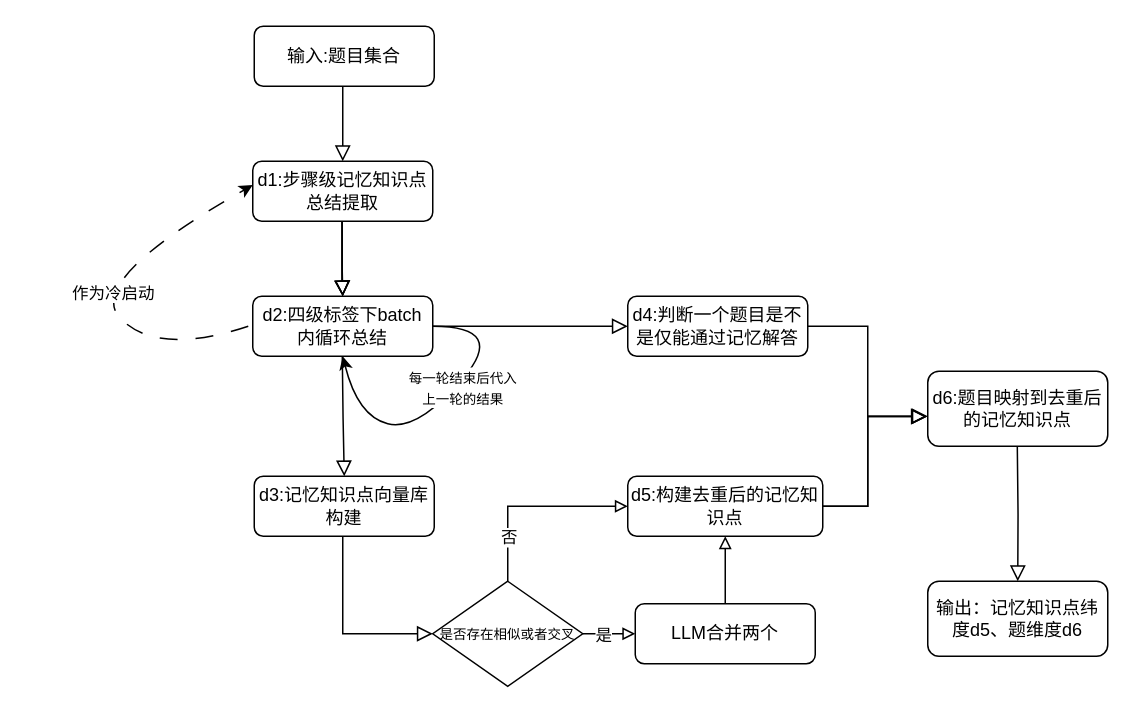
Above: 未命名绘图.drawio in urrethless/somework_graph-flow (draw.io), before the change. Source tidied: cells renumbered, new cells numbered last; positions are measured from the earlier drawing's top-left corner, leaving out a move shared by most shapes. Both pictures are drawn from the tidied source at 150%, with x=0, y=0 at pixel (82, 26).
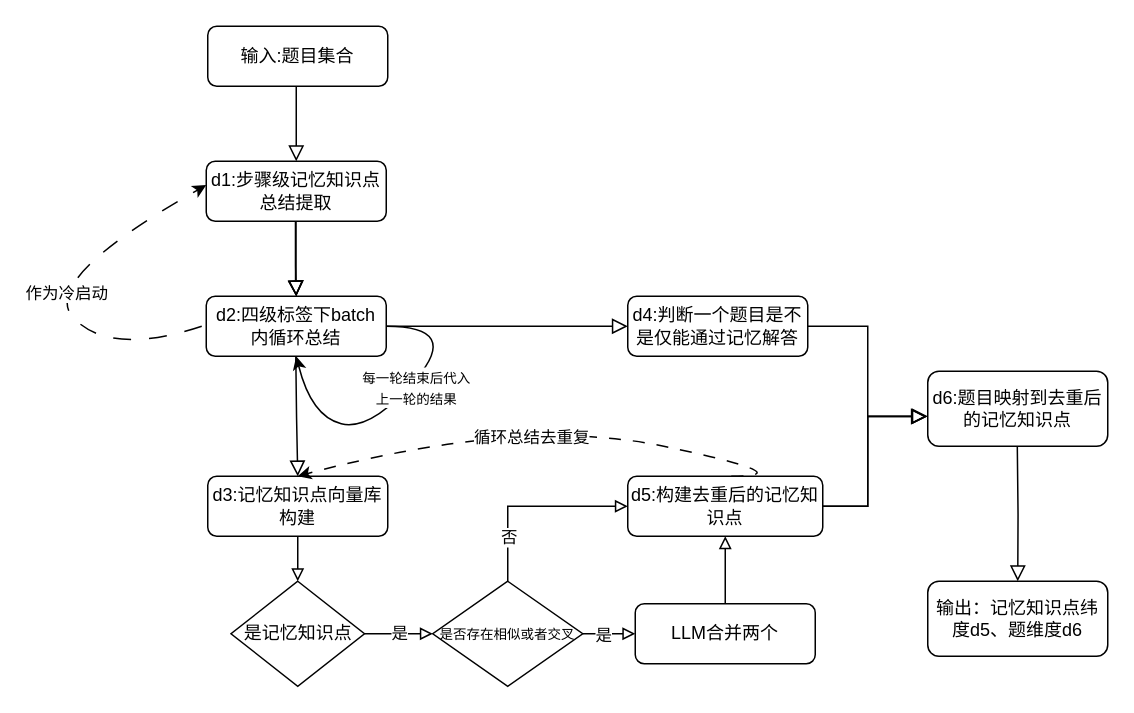
Above is the later version.

Commit message:
更新未命名绘图.drawio

Unchanged cells that the change refers to:
```xml
<mxCell id="24" value="&lt;font style=&quot;font-size: 9px;&quot;&gt;是否存在相似或者交叉&lt;/font&gt;" style="rhombus;whiteSpace=wrap;html=1;" parent="1" vertex="1">
  <mxGeometry x="233" y="370" width="100" height="70" as="geometry" />
</mxCell>
```

What changed in the source:
```diff
@@
     <mxCell id="2" value="输入:题目集合" style="rounded=1;whiteSpace=wrap;html=1;fontSize=12;glass=0;strokeWidth=1;shadow=0;" parent="1" vertex="1">
-      <mxGeometry x="114" width="120" height="40" as="geometry" />
+      <mxGeometry x="83" width="120" height="40" as="geometry" />
     </mxCell>
     <mxCell id="3" value="d1:步骤级记忆知识点总结提取" style="rounded=1;whiteSpace=wrap;html=1;fontSize=12;glass=0;strokeWidth=1;shadow=0;" parent="1" vertex="1">
-      <mxGeometry x="113" y="90" width="120" height="40" as="geometry" />
+      <mxGeometry x="82" y="90" width="120" height="40" as="geometry" />
     </mxCell>
     <mxCell id="4" value="d2:四级标签下batch内循环总结" style="rounded=1;whiteSpace=wrap;html=1;fontSize=12;glass=0;strokeWidth=1;shadow=0;" parent="1" vertex="1">
-      <mxGeometry x="113" y="180" width="120" height="40" as="geometry" />
+      <mxGeometry x="82" y="180" width="120" height="40" as="geometry" />
     </mxCell>
     <mxCell id="5" style="rounded=0;html=1;jettySize=auto;fontSize=11;endArrow=block;endFill=0;endSize=8;strokeWidth=1;shadow=0;labelBackgroundColor=none;edgeStyle=orthogonalEdgeStyle;entryX=0.5;entryY=0;entryDx=0;entryDy=0;" parent="1" edge="1" target="26">
       <mxGeometry relative="1" as="geometry">
-        <mxPoint x="172.7" y="220" as="sourcePoint" />
+        <mxPoint x="141.7" y="220" as="sourcePoint" />
       </mxGeometry>
     </mxCell>
     <mxCell id="6" style="curved=1;endArrow=classic;html=1;rounded=0;entryX=0.5;entryY=1;entryDx=0;entryDy=0;" parent="1" edge="1" target="4">
       <mxGeometry relative="1" as="geometry">
-        <mxPoint x="233" y="200" as="sourcePoint" />
+        <mxPoint x="202" y="200" as="sourcePoint" />
         <Array as="points">
-          <mxPoint x="283" y="200" />
-          <mxPoint x="223" y="270" />
-          <mxPoint x="183" y="260" />
+          <mxPoint x="252" y="200" />
+          <mxPoint x="192" y="270" />
+          <mxPoint x="152" y="260" />
         </Array>
       </mxGeometry>
     </mxCell>
@@
     <mxCell id="10" style="rounded=0;html=1;jettySize=auto;fontSize=11;endArrow=block;endFill=0;endSize=8;strokeWidth=1;shadow=0;labelBackgroundColor=none;edgeStyle=orthogonalEdgeStyle;entryX=0.5;entryY=0;entryDx=0;entryDy=0;" parent="1" edge="1" target="4">
       <mxGeometry relative="1" as="geometry">
-        <mxPoint x="172.6" y="130" as="sourcePoint" />
+        <mxPoint x="141.6" y="130" as="sourcePoint" />
         <Array as="points">
-          <mxPoint x="173" y="170" />
-          <mxPoint x="173" y="170" />
+          <mxPoint x="142" y="170" />
+          <mxPoint x="142" y="170" />
         </Array>
       </mxGeometry>
     </mxCell>
     <mxCell id="11" style="rounded=0;html=1;jettySize=auto;fontSize=11;endArrow=block;endFill=0;endSize=8;strokeWidth=1;shadow=0;labelBackgroundColor=none;edgeStyle=orthogonalEdgeStyle;entryX=0.5;entryY=0;entryDx=0;entryDy=0;" parent="1" edge="1" target="4">
       <mxGeometry relative="1" as="geometry">
-        <mxPoint x="172.6" y="130" as="sourcePoint" />
+        <mxPoint x="141.6" y="130" as="sourcePoint" />
         <Array as="points">
-          <mxPoint x="173" y="170" />
-          <mxPoint x="173" y="170" />
+          <mxPoint x="142" y="170" />
+          <mxPoint x="142" y="170" />
         </Array>
       </mxGeometry>
     </mxCell>
     <mxCell id="12" style="rounded=0;html=1;jettySize=auto;fontSize=11;endArrow=block;endFill=0;endSize=8;strokeWidth=1;shadow=0;labelBackgroundColor=none;edgeStyle=orthogonalEdgeStyle;entryX=0.5;entryY=0;entryDx=0;entryDy=0;" parent="1" edge="1" target="4">
       <mxGeometry relative="1" as="geometry">
-        <mxPoint x="172.6" y="130" as="sourcePoint" />
+        <mxPoint x="141.6" y="130" as="sourcePoint" />
         <Array as="points">
-          <mxPoint x="173" y="160" />
-          <mxPoint x="173" y="160" />
+          <mxPoint x="142" y="160" />
+          <mxPoint x="142" y="160" />
         </Array>
       </mxGeometry>
     </mxCell>
     <mxCell id="13" style="rounded=0;html=1;jettySize=auto;fontSize=11;endArrow=block;endFill=0;endSize=8;strokeWidth=1;shadow=0;labelBackgroundColor=none;edgeStyle=orthogonalEdgeStyle;" parent="1" edge="1" source="2">
       <mxGeometry relative="1" as="geometry">
-        <mxPoint x="173" y="90" as="targetPoint" />
+        <mxPoint x="142" y="90" as="targetPoint" />
         <Array as="points">
-          <mxPoint x="173" y="90" />
-          <mxPoint x="173" y="90" />
+          <mxPoint x="142" y="90" />
+          <mxPoint x="142" y="90" />
         </Array>
       </mxGeometry>
     </mxCell>
@@
-    <mxCell id="15" style="rounded=0;html=1;jettySize=auto;fontSize=11;endArrow=block;endFill=0;endSize=8;strokeWidth=1;shadow=0;labelBackgroundColor=none;edgeStyle=orthogonalEdgeStyle;entryX=0;entryY=0.5;entryDx=0;entryDy=0;exitX=0.5;exitY=1;exitDx=0;exitDy=0;" parent="1" edge="1" source="26" target="24">
-      <mxGeometry relative="1" as="geometry">
-        <Array as="points">
-          <mxPoint x="173" y="340" />
-          <mxPoint x="173" y="405" />
-        </Array>
-      </mxGeometry>
-    </mxCell>
@@
     <mxCell id="18" style="curved=1;endArrow=classic;html=1;rounded=0;exitX=0;exitY=0.5;exitDx=0;exitDy=0;entryX=0.025;entryY=0.397;entryDx=0;entryDy=0;entryPerimeter=0;dashed=1;dashPattern=12 12;" parent="1" edge="1">
       <mxGeometry relative="1" as="geometry">
-        <mxPoint x="110" y="200" as="sourcePoint" />
-        <mxPoint x="113" y="105.9" as="targetPoint" />
+        <mxPoint x="79" y="200" as="sourcePoint" />
+        <mxPoint x="82" y="105.9" as="targetPoint" />
         <Array as="points">
-          <mxPoint x="50" y="220" />
-          <mxPoint y="170" />
+          <mxPoint x="19" y="220" />
+          <mxPoint x="-31" y="170" />
         </Array>
       </mxGeometry>
     </mxCell>
@@
     <mxCell id="25" style="rounded=0;html=1;jettySize=auto;fontSize=11;endArrow=block;endFill=0;endSize=8;strokeWidth=1;shadow=0;labelBackgroundColor=none;edgeStyle=orthogonalEdgeStyle;entryX=0;entryY=0.5;entryDx=0;entryDy=0;" parent="1" edge="1" target="26">
       <mxGeometry relative="1" as="geometry">
-        <mxPoint x="163" y="340" as="sourcePoint" />
+        <mxPoint x="132" y="340" as="sourcePoint" />
       </mxGeometry>
     </mxCell>
+    <mxCell id="34" style="edgeStyle=orthogonalEdgeStyle;rounded=0;jettySize=auto;html=1;exitX=0.5;exitY=1;exitDx=0;exitDy=0;entryX=0.5;entryY=0;entryDx=0;entryDy=0;endArrow=block;endFill=0;" parent="1" edge="1" source="26" target="36">
+      <mxGeometry relative="1" as="geometry" />
+    </mxCell>
     <mxCell id="26" value="d3:记忆知识点向量库构建" style="rounded=1;whiteSpace=wrap;html=1;fontSize=12;glass=0;strokeWidth=1;shadow=0;" parent="1" vertex="1">
-      <mxGeometry x="114" y="300" width="120" height="40" as="geometry" />
+      <mxGeometry x="83" y="300" width="120" height="40" as="geometry" />
     </mxCell>
@@
+    <mxCell id="35" value="是" style="edgeStyle=orthogonalEdgeStyle;rounded=0;jettySize=auto;html=1;exitX=1;exitY=0.5;exitDx=0;exitDy=0;entryX=0;entryY=0.5;entryDx=0;entryDy=0;endArrow=block;endFill=0;" parent="1" edge="1" source="36" target="24">
+      <mxGeometry relative="1" as="geometry" />
+    </mxCell>
+    <mxCell id="36" value="是记忆知识点" style="rhombus;whiteSpace=wrap;html=1;" parent="1" vertex="1">
+      <mxGeometry x="98.5" y="370" width="89" height="70" as="geometry" />
+    </mxCell>
+    <mxCell id="37" style="curved=1;endArrow=classic;html=1;rounded=0;entryX=0.5;entryY=0;entryDx=0;entryDy=0;dashed=1;dashPattern=8 8;" parent="1" edge="1" target="26">
+      <mxGeometry relative="1" as="geometry">
+        <mxPoint x="432" y="300" as="sourcePoint" />
+        <Array as="points">
+          <mxPoint x="482" y="300" />
+          <mxPoint x="292" y="260" />
+        </Array>
+      </mxGeometry>
+    </mxCell>
+    <mxCell id="38" value="循环总结去重复" style="edgeLabel;html=1;align=center;verticalAlign=middle;" parent="37" vertex="1">
+      <mxGeometry x="0.18" y="12" relative="1" as="geometry" />
+    </mxCell>
```
